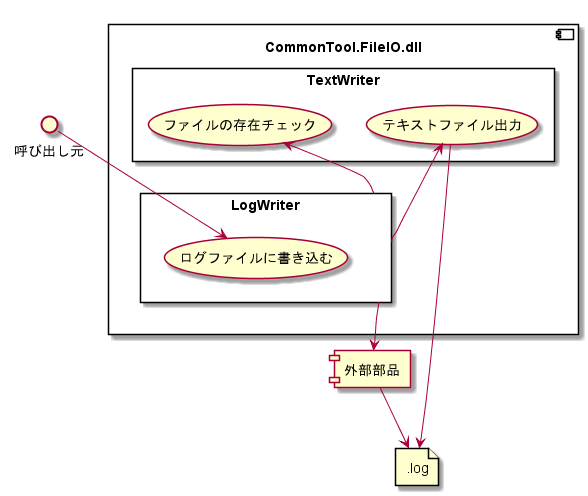
Above: doc/03_SubSystem別/CommonTool.FileIO/01_機能詳細/コンポーネント図_LogWriter.png in hirorich/CommonTool (PlantUML), before the change.
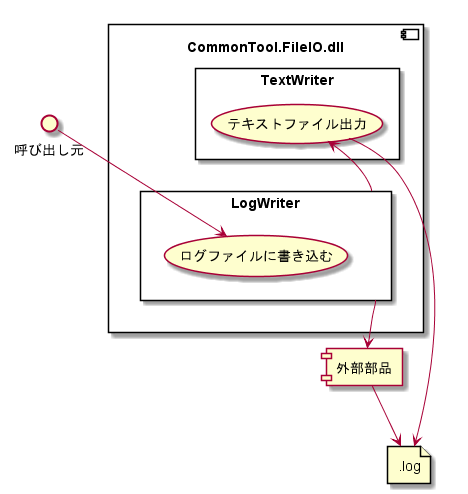
The same file after the commit.

Change to the diagram source:
```diff
@@ -7,7 +7,6 @@
     (ログファイルに書き込む)
   }
   rectangle TextWriter {
-    (ファイルの存在チェック)
     (テキストファイル出力)
   }
 }
@@ -18,9 +17,7 @@
 
 caller --> (ログファイルに書き込む)
 
-(ファイルの存在チェック) <-- LogWriter
 (テキストファイル出力) <-- LogWriter
-
 (テキストファイル出力) --> LogFile
 
 LogWriter --> OtherLogWriter
```
